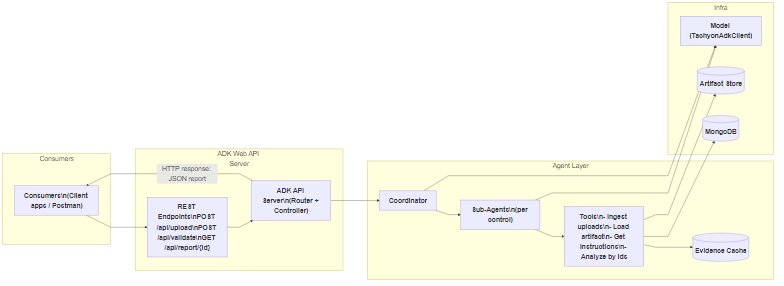
Above: docs/architecture/api_server.png in Damodar2295/ADK_react_integration (Mermaid), before the change. Its source is kept beside it as docs/architecture/api_server.mmd.
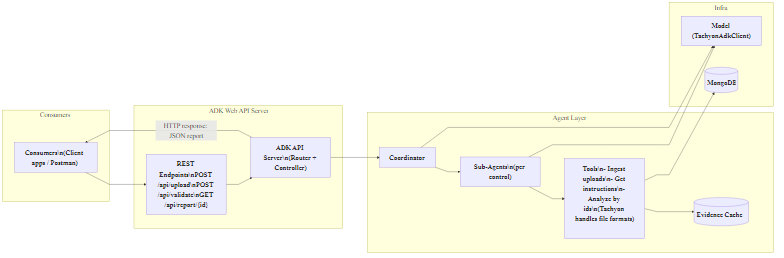
Above is the later version.

Commit message:
architecture dia

The edit, as a diff of the source:
```diff
@@ -1,4 +1,4 @@
-%%{init: {"flowchart": {"curve": "linear", "nodeSpacing": 70, "rankSpacing": 80}, "themeVariables": {"fontSize": "22px", "fontFamily": "Arial"}} }%%
+%%{init: {"flowchart": {"curve": "linear", "nodeSpacing": 70, "rankSpacing": 80}, "themeVariables": {"fontSize": "22px", "fontFamily": "Segoe UI, Verdana, Arial, sans-serif"}} }%%
 flowchart LR
 
   subgraph Consumers
@@ -13,13 +13,12 @@
   subgraph Agent [Agent Layer]
     Coord["Coordinator"]
     Subs["Sub-Agents\n(per control)"]
-    Tools["Tools\n- Ingest uploads\n- Load artifact\n- Get instructions\n- Analyze by ids"]
+    Tools["Tools\n- Ingest uploads\n- Get instructions\n- Analyze by ids\n(Tachyon handles file formats)"]
     Cache[("Evidence Cache")]
   end
 
   subgraph Infra
     Mongo[("MongoDB")]
-    Artifacts[("Artifact Store")]
     Model["Model (TachyonAdkClient)"]
   end
 
@@ -28,7 +27,6 @@
   Subs --> Tools
   Tools --> Cache
   Tools --> Mongo
-  Tools --> Artifacts
 
   Coord --> Model
   Subs --> Model
@@ -36,4 +34,4 @@
   ServerNode -->|HTTP response: JSON report| Clients
 
   classDef bold font-weight:bold;
-  class Rest,ServerNode,Coord,Subs,Tools,Cache,Mongo,Artifacts,Model,Clients bold
+  class Rest,ServerNode,Coord,Subs,Tools,Cache,Mongo,Model,Clients bold
```
